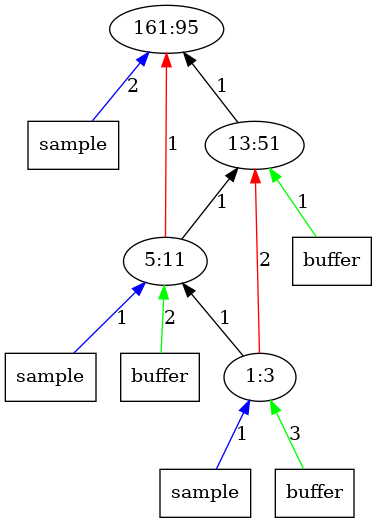
AbhikKhan/MTP_IITG keeps this Graphviz diagram as outputImages/op95.png.png. Above is the earlier version. Its source is kept beside it as outputTrees/op95.dot.
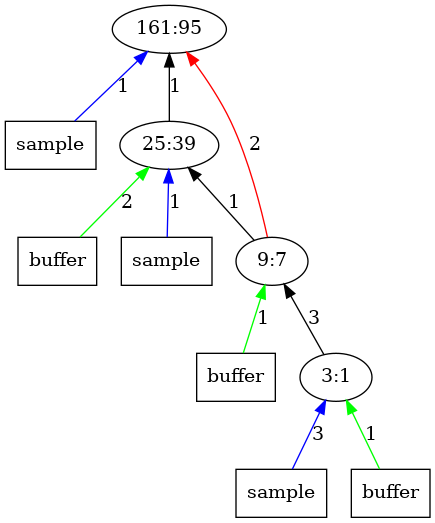
The same diagram one commit later.

Change to the diagram source:
```diff
@@ -1,24 +1,23 @@
 digraph Tree{
 	rankdir="BT"
-	x11 -> 1 [label = "2", color = "blue"];
+	x11 -> 1 [label = "1", color = "blue"];
 	x11 [label = "sample", shape = "box"];
 	1 [label = "161:95"];
+	x22 -> 2 [label = "2", color = "green"];
+	x22 [label = "buffer", shape = "box"];
 	2 -> 1 [label = "1", color = "black"];
-	x22 -> 2 [label = "1", color = "green"];
-	x22 [label = "buffer", shape = "box"];
-	2 [label = "13:51"];
-	x32 -> 3 [label = "2", color = "green"];
+	x21 -> 2 [label = "1", color = "blue"];
+	x21 [label = "sample", shape = "box"];
+	2 [label = "25:39"];
+	x32 -> 3 [label = "1", color = "green"];
 	x32 [label = "buffer", shape = "box"];
+	3 -> 1 [label = "2", color = "red"];
 	3 -> 2 [label = "1", color = "black"];
-	3 -> 1 [label = "1", color = "red"];
-	x31 -> 3 [label = "1", color = "blue"];
-	x31 [label = "sample", shape = "box"];
-	3 [label = "5:11"];
-	4 -> 2 [label = "2", color = "red"];
-	4 -> 3 [label = "1", color = "black"];
-	x41 -> 4 [label = "1", color = "blue"];
+	3 [label = "9:7"];
+	4 -> 3 [label = "3", color = "black"];
+	x41 -> 4 [label = "3", color = "blue"];
 	x41 [label = "sample", shape = "box"];
-	x42 -> 4 [label = "3", color = "green"];
+	x42 -> 4 [label = "1", color = "green"];
 	x42 [label = "buffer", shape = "box"];
-	4 [label = "1:3"];
+	4 [label = "3:1"];
 }
```
